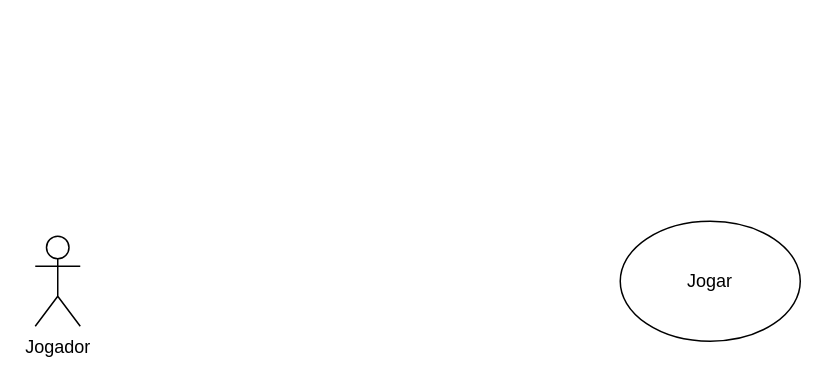
Above: OitavaTarefa.drawio in ArcanjoDaGuarda/AnjoProjetos (draw.io), before the change. Source tidied: cells renumbered, new cells numbered last; positions are measured from the earlier drawing's top-left corner, leaving out a move shared by most shapes. Both pictures are drawn from the tidied source at 150%, with x=0, y=0 at pixel (34, 220).
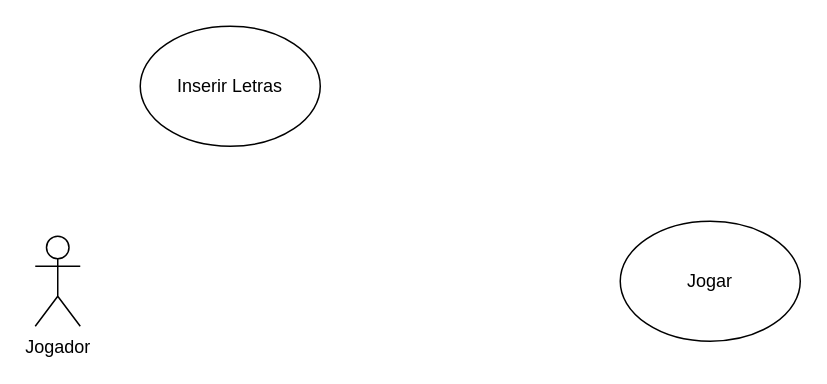
The same diagram, later.

The edit, as a diff of the source:
```diff
@@
 <mxGraphModel>
   <root>
     <mxCell id="0" />
     <mxCell id="1" parent="0" />
     <mxCell id="2" value="Jogar" style="ellipse;whiteSpace=wrap;html=1;" parent="1" vertex="1">
       <mxGeometry x="390" width="120" height="80" as="geometry" />
     </mxCell>
     <mxCell id="3" value="Jogador" style="shape=umlActor;verticalLabelPosition=bottom;verticalAlign=top;html=1;" parent="1" vertex="1">
       <mxGeometry y="10" width="30" height="60" as="geometry" />
     </mxCell>
+    <mxCell id="4" value="Inserir Letras" style="ellipse;whiteSpace=wrap;html=1;" parent="1" vertex="1">
+      <mxGeometry x="70" y="-130" width="120" height="80" as="geometry" />
+    </mxCell>
   </root>
 </mxGraphModel>
```
